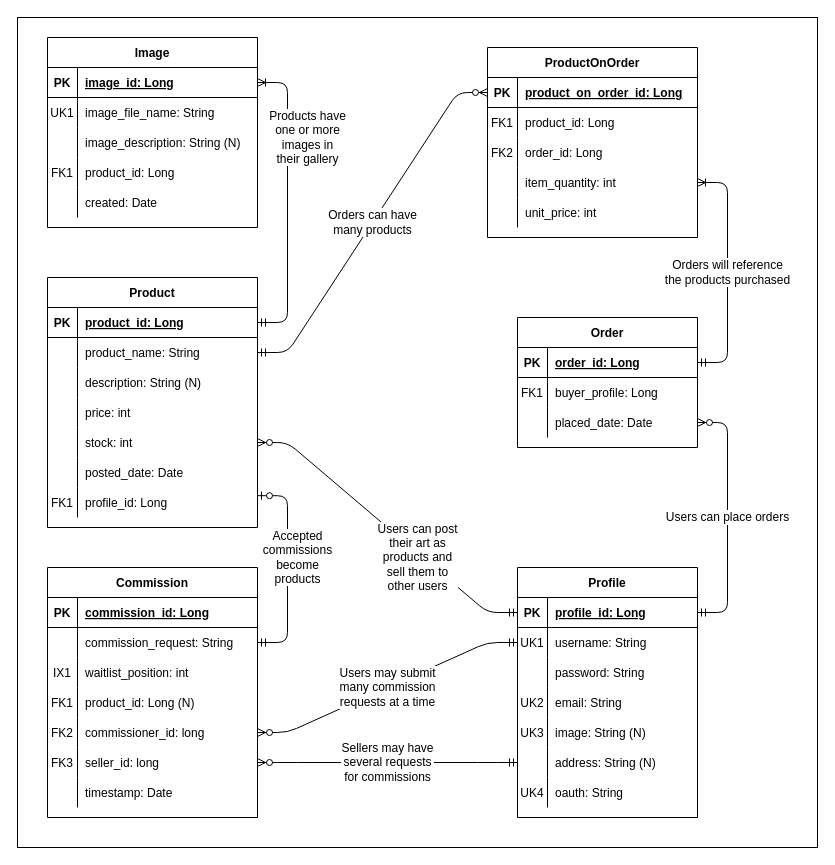
Earlier version of the draw.io diagram docs/work/erd.drawio (albuquirky/albuquirky.github.io). Source tidied: cells renumbered, new cells numbered last; positions are measured from the earlier drawing's top-left corner, leaving out a move shared by most shapes. Both pictures are drawn from the tidied source at 100%, with x=0, y=0 at pixel (17, 17).
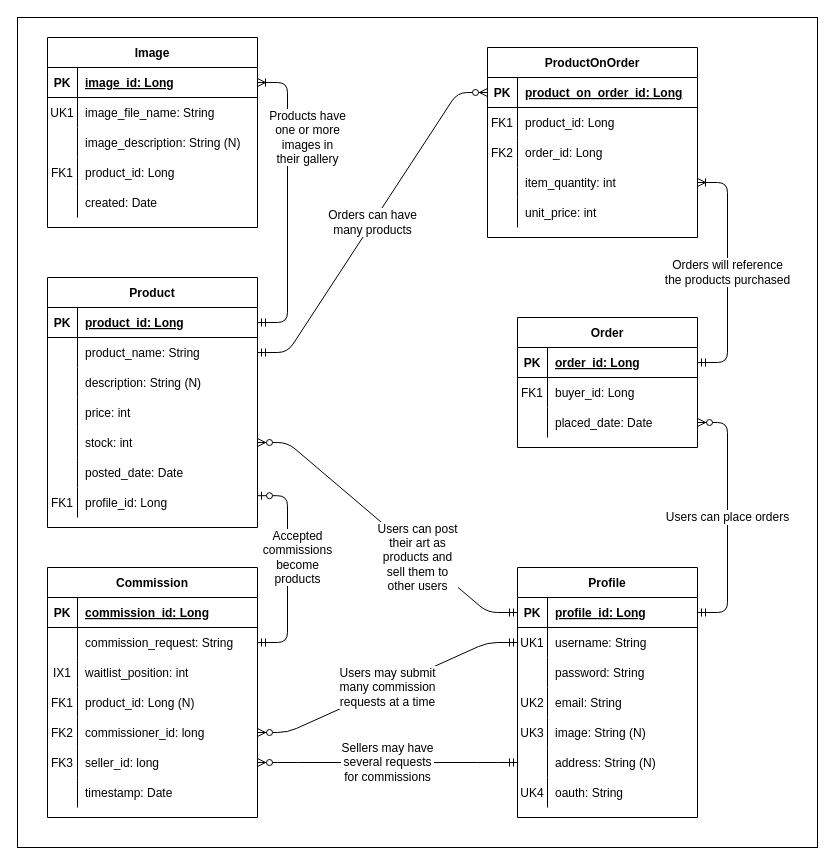
Above is the later version.

Commit message (it also covers changes not shown here):
Updated ERD per office hours feedback.

Unchanged cells that the change refers to:
```xml
<mxCell id="27" style="shape=partialRectangle;fillColor=none;top=0;left=0;bottom=0;right=0;" parent="23" vertex="1">
  <mxGeometry y="60" width="180" height="30" as="geometry" />
</mxCell>
```

What changed in the source:
```diff
@@
-    <mxCell id="29" value="buyer_profile: Long" style="shape=partialRectangle;fillColor=none;top=0;left=0;bottom=0;right=0;align=left;spacingLeft=6;overflow=hidden;" parent="27" vertex="1">
+    <mxCell id="29" value="buyer_id: Long" style="shape=partialRectangle;fillColor=none;top=0;left=0;bottom=0;right=0;align=left;spacingLeft=6;overflow=hidden;" parent="27" vertex="1">
       <mxGeometry x="30" width="150" height="30" as="geometry" />
     </mxCell>
```
